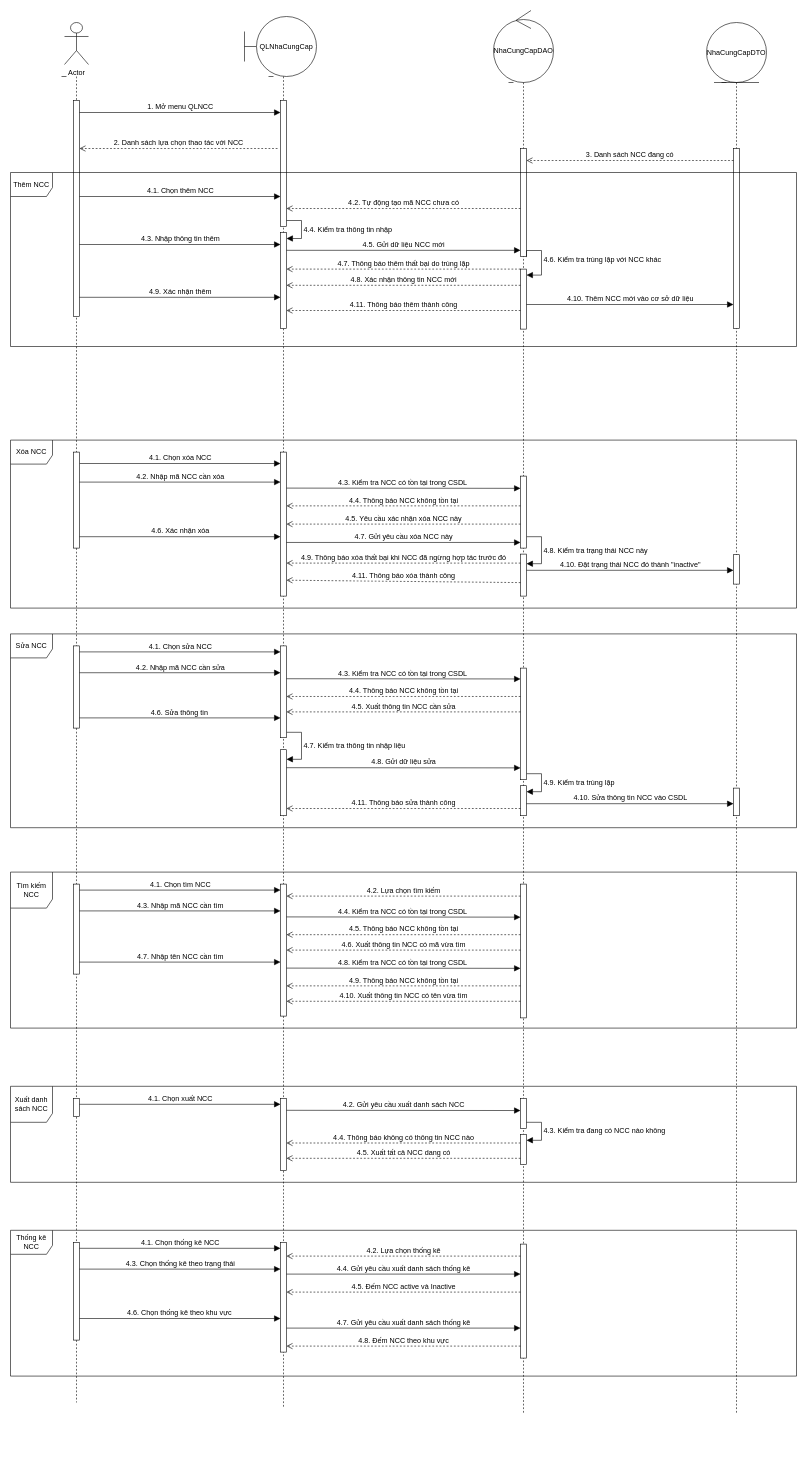
Earlier version of the draw.io diagram docs/Sequence Diagram/Vendor_sequence.drawio (DZT711/QL-CuaHangTienLoi). Source tidied: cells renumbered, new cells numbered last; positions are measured from the earlier drawing's top-left corner, leaving out a move shared by most shapes. Both pictures are drawn from the tidied source at 60%, with x=0, y=0 at pixel (10, 10).
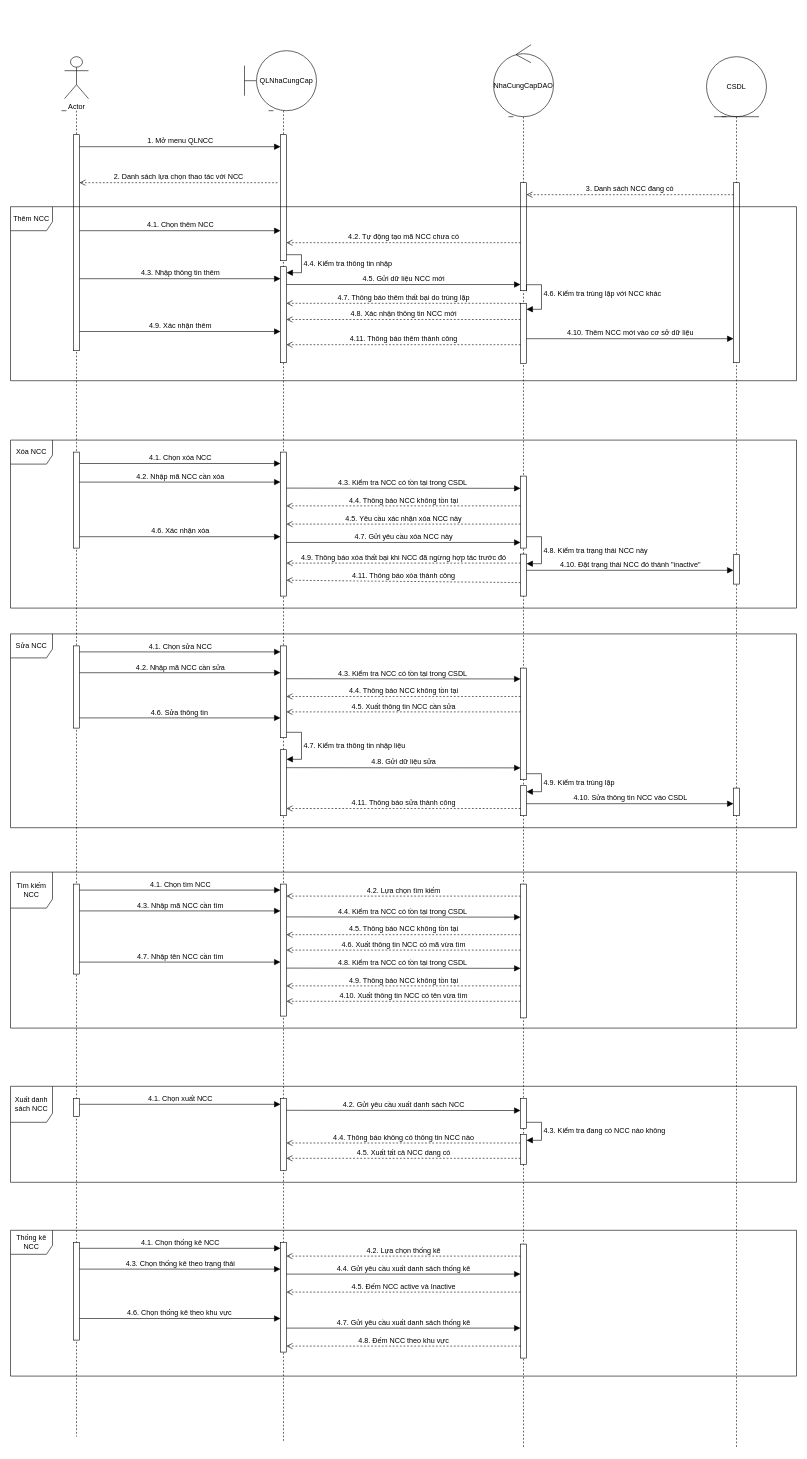
After the change.

The change refers to these unchanged cells:
```xml
<mxCell id="4" style="html=1;points=[[0,0,0,0,5],[0,1,0,0,-5],[1,0,0,0,5],[1,1,0,0,-5]];perimeter=orthogonalPerimeter;outlineConnect=0;targetShapes=umlLifeline;portConstraint=eastwest;newEdgeStyle={&quot;curved&quot;:0,&quot;rounded&quot;:0};" parent="3" vertex="1">
  <mxGeometry x="20" y="40" width="10" height="360" as="geometry" />
</mxCell>
<mxCell id="16" style="html=1;points=[[0,0,0,0,5],[0,1,0,0,-5],[1,0,0,0,5],[1,1,0,0,-5]];perimeter=orthogonalPerimeter;outlineConnect=0;targetShapes=umlLifeline;portConstraint=eastwest;newEdgeStyle={&quot;curved&quot;:0,&quot;rounded&quot;:0};" parent="15" vertex="1">
  <mxGeometry x="20" y="110" width="10" height="180" as="geometry" />
</mxCell>
```

Diff of the diagram source:
```diff
@@
     <mxCell id="2" value="Actor" style="shape=umlActor;verticalLabelPosition=bottom;verticalAlign=top;html=1;" parent="1" vertex="1">
-      <mxGeometry x="90" y="20" width="40" height="70" as="geometry" />
+      <mxGeometry x="90" y="77" width="40" height="70" as="geometry" />
     </mxCell>
     <mxCell id="3" style="shape=umlLifeline;perimeter=lifelinePerimeter;whiteSpace=wrap;html=1;newEdgeStyle={&quot;curved&quot;:0,&quot;rounded&quot;:0};participant=umlBoundary;size=0;" parent="1" vertex="1">
-      <mxGeometry x="85" y="110" width="50" height="2210" as="geometry" />
+      <mxGeometry x="85" y="167" width="50" height="2210" as="geometry" />
     </mxCell>
@@
     <mxCell id="5" value="QLNhaCungCap" style="shape=umlBoundary;whiteSpace=wrap;html=1;" parent="1" vertex="1">
-      <mxGeometry x="390" y="10" width="120" height="100" as="geometry" />
+      <mxGeometry x="390" y="67" width="120" height="100" as="geometry" />
     </mxCell>
-    <mxCell id="6" value="NhaCungCapDTO" style="ellipse;shape=umlEntity;whiteSpace=wrap;html=1;" parent="1" vertex="1">
-      <mxGeometry x="1160" y="20" width="100" height="100" as="geometry" />
+    <mxCell id="6" value="CSDL" style="ellipse;shape=umlEntity;whiteSpace=wrap;html=1;" parent="1" vertex="1">
+      <mxGeometry x="1160" y="77" width="100" height="100" as="geometry" />
     </mxCell>
     <mxCell id="7" value="NhaCungCapDAO" style="ellipse;shape=umlControl;whiteSpace=wrap;html=1;" parent="1" vertex="1">
-      <mxGeometry x="805" width="100" height="120" as="geometry" />
+      <mxGeometry x="805" y="57" width="100" height="120" as="geometry" />
     </mxCell>
     <mxCell id="8" style="shape=umlLifeline;perimeter=lifelinePerimeter;whiteSpace=wrap;html=1;newEdgeStyle={&quot;curved&quot;:0,&quot;rounded&quot;:0};participant=umlBoundary;size=0;" parent="1" vertex="1">
-      <mxGeometry x="430" y="110" width="50" height="2220" as="geometry" />
+      <mxGeometry x="430" y="167" width="50" height="2220" as="geometry" />
     </mxCell>
@@
     <mxCell id="12" style="html=1;perimeter=orthogonalPerimeter;targetShapes=umlLifeline;newEdgeStyle={&quot;curved&quot;:0,&quot;rounded&quot;:0};" parent="8" vertex="1">
-      <mxGeometry x="20" y="626" width="10" height="240" as="geometry" />
+      <mxGeometry x="20" y="569" width="10" height="240" as="geometry" />
     </mxCell>
     <mxCell id="13" value="4.7. Kiểm tra thông tin nhập liệu" style="html=1;align=left;spacingLeft=2;endArrow=block;rounded=0;edgeStyle=orthogonalEdgeStyle;curved=0;rounded=0;fontSize=12;startSize=8;endSize=8;" parent="8" edge="1" target="14">
       <mxGeometry relative="1" as="geometry">
-        <mxPoint x="30" y="1093" as="sourcePoint" />
+        <mxPoint x="30" y="1036" as="sourcePoint" />
         <Array as="points">
-          <mxPoint x="55" y="1093" />
-          <mxPoint x="55" y="1138" />
+          <mxPoint x="55" y="1036" />
+          <mxPoint x="55" y="1081" />
         </Array>
       </mxGeometry>
     </mxCell>
     <mxCell id="14" style="html=1;points=[[0,0,0,0,5],[0,1,0,0,-5],[1,0,0,0,5],[1,1,0,0,-5]];perimeter=orthogonalPerimeter;outlineConnect=0;targetShapes=umlLifeline;portConstraint=eastwest;newEdgeStyle={&quot;curved&quot;:0,&quot;rounded&quot;:0};" parent="8" vertex="1">
-      <mxGeometry x="20" y="1122" width="10" height="110" as="geometry" />
+      <mxGeometry x="20" y="1065" width="10" height="110" as="geometry" />
     </mxCell>
     <mxCell id="15" style="shape=umlLifeline;perimeter=lifelinePerimeter;whiteSpace=wrap;html=1;newEdgeStyle={&quot;curved&quot;:0,&quot;rounded&quot;:0};participant=umlBoundary;size=0;" parent="1" vertex="1">
-      <mxGeometry x="830" y="120" width="50" height="2220" as="geometry" />
+      <mxGeometry x="830" y="177" width="50" height="2220" as="geometry" />
     </mxCell>
@@
     <mxCell id="17" style="html=1;points=[[0,0,0,0,5],[0,1,0,0,-5],[1,0,0,0,5],[1,1,0,0,-5]];perimeter=orthogonalPerimeter;outlineConnect=0;targetShapes=umlLifeline;portConstraint=eastwest;newEdgeStyle={&quot;curved&quot;:0,&quot;rounded&quot;:0};" parent="15" vertex="1">
-      <mxGeometry x="20" y="786" width="10" height="70" as="geometry" />
+      <mxGeometry x="20" y="729" width="10" height="70" as="geometry" />
     </mxCell>
     <mxCell id="18" value="4.8. Kiểm tra trạng thái NCC này" style="html=1;align=left;spacingLeft=2;endArrow=block;rounded=0;edgeStyle=orthogonalEdgeStyle;curved=0;rounded=0;fontSize=12;startSize=8;endSize=8;" parent="15" edge="1" target="17">
       <mxGeometry relative="1" as="geometry">
-        <mxPoint x="30" y="757" as="sourcePoint" />
+        <mxPoint x="30" y="700" as="sourcePoint" />
         <Array as="points">
-          <mxPoint x="55" y="757" />
-          <mxPoint x="55" y="802" />
+          <mxPoint x="55" y="700" />
+          <mxPoint x="55" y="745" />
         </Array>
       </mxGeometry>
     </mxCell>
     <mxCell id="19" value="4.9. Kiểm tra trùng lặp&amp;nbsp;" style="html=1;align=left;spacingLeft=2;endArrow=block;rounded=0;edgeStyle=orthogonalEdgeStyle;curved=0;rounded=0;fontSize=12;startSize=8;endSize=8;" parent="15" edge="1" target="20">
       <mxGeometry relative="1" as="geometry">
-        <mxPoint x="30" y="1152" as="sourcePoint" />
+        <mxPoint x="30" y="1095" as="sourcePoint" />
         <Array as="points">
-          <mxPoint x="55" y="1182" />
+          <mxPoint x="55" y="1125" />
         </Array>
       </mxGeometry>
     </mxCell>
     <mxCell id="20" style="html=1;points=[[0,0,0,0,5],[0,1,0,0,-5],[1,0,0,0,5],[1,1,0,0,-5]];perimeter=orthogonalPerimeter;outlineConnect=0;targetShapes=umlLifeline;portConstraint=eastwest;newEdgeStyle={&quot;curved&quot;:0,&quot;rounded&quot;:0};" parent="15" vertex="1">
-      <mxGeometry x="20" y="1172" width="10" height="50" as="geometry" />
+      <mxGeometry x="20" y="1115" width="10" height="50" as="geometry" />
     </mxCell>
     <mxCell id="21" style="shape=umlLifeline;perimeter=lifelinePerimeter;whiteSpace=wrap;html=1;newEdgeStyle={&quot;curved&quot;:0,&quot;rounded&quot;:0};participant=umlBoundary;size=0;" parent="1" vertex="1">
-      <mxGeometry x="1185" y="120" width="50" height="2220" as="geometry" />
+      <mxGeometry x="1185" y="177" width="50" height="2220" as="geometry" />
     </mxCell>
@@
     <mxCell id="23" value="1. Mở menu QLNCC" style="html=1;verticalAlign=bottom;endArrow=block;curved=0;rounded=0;fontSize=12;startSize=8;endSize=8;" parent="1" edge="1">
       <mxGeometry relative="1" as="geometry">
-        <mxPoint x="115" y="170" as="sourcePoint" />
-        <mxPoint x="450" y="170" as="targetPoint" />
+        <mxPoint x="115" y="227" as="sourcePoint" />
+        <mxPoint x="450" y="227" as="targetPoint" />
       </mxGeometry>
     </mxCell>
     <mxCell id="24" value="2. Danh sách lựa chọn thao tác với NCC" style="html=1;verticalAlign=bottom;endArrow=open;dashed=1;endSize=8;curved=0;rounded=0;fontSize=12;" parent="1" edge="1" target="4">
       <mxGeometry relative="1" as="geometry">
-        <mxPoint x="445" y="230" as="sourcePoint" />
+        <mxPoint x="445" y="287" as="sourcePoint" />
       </mxGeometry>
     </mxCell>
     <mxCell id="25" value="4.1. Chọn thêm NCC" style="html=1;verticalAlign=bottom;endArrow=block;curved=0;rounded=0;fontSize=12;startSize=8;endSize=8;" parent="1" edge="1" source="4">
       <mxGeometry relative="1" as="geometry">
-        <mxPoint x="450" y="310" as="targetPoint" />
+        <mxPoint x="450" y="367" as="targetPoint" />
       </mxGeometry>
     </mxCell>
     <mxCell id="26" value="Thêm NCC" style="shape=umlFrame;whiteSpace=wrap;html=1;width=70;height=40;" parent="1" vertex="1">
-      <mxGeometry y="270" width="1310" height="290" as="geometry" />
+      <mxGeometry y="327" width="1310" height="290" as="geometry" />
     </mxCell>
     <mxCell id="27" value="3. Danh sách NCC đang có" style="html=1;verticalAlign=bottom;endArrow=open;dashed=1;endSize=8;curved=0;rounded=0;fontSize=12;" parent="1" edge="1">
       <mxGeometry relative="1" as="geometry">
-        <mxPoint x="1205" y="250" as="sourcePoint" />
-        <mxPoint x="860" y="250" as="targetPoint" />
+        <mxPoint x="1205" y="307" as="sourcePoint" />
+        <mxPoint x="860" y="307" as="targetPoint" />
       </mxGeometry>
     </mxCell>
     <mxCell id="28" value="4.2. Tự động tạo mã NCC chưa có" style="html=1;verticalAlign=bottom;endArrow=open;dashed=1;endSize=8;curved=0;rounded=0;fontSize=12;" parent="1" edge="1">
       <mxGeometry relative="1" as="geometry">
-        <mxPoint x="850" y="330" as="sourcePoint" />
-        <mxPoint x="460" y="330" as="targetPoint" />
+        <mxPoint x="850" y="387" as="sourcePoint" />
+        <mxPoint x="460" y="387" as="targetPoint" />
       </mxGeometry>
     </mxCell>
     <mxCell id="29" value="4.9. Xác nhận thêm" style="html=1;verticalAlign=bottom;endArrow=block;curved=0;rounded=0;fontSize=12;startSize=8;endSize=8;" parent="1" edge="1">
       <mxGeometry relative="1" as="geometry">
-        <mxPoint x="115" y="478" as="sourcePoint" />
-        <mxPoint x="450" y="478" as="targetPoint" />
+        <mxPoint x="115" y="535" as="sourcePoint" />
+        <mxPoint x="450" y="535" as="targetPoint" />
       </mxGeometry>
     </mxCell>
     <mxCell id="30" value="4.5. Gửi dữ liệu NCC mới" style="html=1;verticalAlign=bottom;endArrow=block;curved=0;rounded=0;fontSize=12;startSize=8;endSize=8;" parent="1" edge="1" target="16">
       <mxGeometry relative="1" as="geometry">
-        <mxPoint x="460" y="399.7" as="sourcePoint" />
+        <mxPoint x="460" y="456.7" as="sourcePoint" />
       </mxGeometry>
     </mxCell>
     <mxCell id="31" value="4.6. Kiểm tra trùng lặp với NCC khác" style="html=1;align=left;spacingLeft=2;endArrow=block;rounded=0;edgeStyle=orthogonalEdgeStyle;curved=0;rounded=0;fontSize=12;startSize=8;endSize=8;" parent="1" edge="1" target="32">
       <mxGeometry relative="1" as="geometry">
-        <mxPoint x="860" y="411" as="sourcePoint" />
+        <mxPoint x="860" y="468" as="sourcePoint" />
         <Array as="points">
-          <mxPoint x="860" y="400" />
-          <mxPoint x="885" y="400" />
-          <mxPoint x="885" y="441" />
+          <mxPoint x="860" y="457" />
+          <mxPoint x="885" y="457" />
+          <mxPoint x="885" y="498" />
         </Array>
       </mxGeometry>
     </mxCell>
     <mxCell id="32" style="html=1;points=[[0,0,0,0,5],[0,1,0,0,-5],[1,0,0,0,5],[1,1,0,0,-5]];perimeter=orthogonalPerimeter;outlineConnect=0;targetShapes=umlLifeline;portConstraint=eastwest;newEdgeStyle={&quot;curved&quot;:0,&quot;rounded&quot;:0};" parent="1" vertex="1">
-      <mxGeometry x="850" y="431" width="10" height="100" as="geometry" />
+      <mxGeometry x="850" y="488" width="10" height="100" as="geometry" />
     </mxCell>
     <mxCell id="33" value="4.10. Thêm NCC mới vào cơ sở dữ liệu" style="html=1;verticalAlign=bottom;endArrow=block;curved=0;rounded=0;fontSize=12;startSize=8;endSize=8;" parent="1" edge="1">
       <mxGeometry relative="1" as="geometry">
-        <mxPoint x="860" y="490" as="sourcePoint" />
-        <mxPoint x="1205" y="490" as="targetPoint" />
+        <mxPoint x="860" y="547" as="sourcePoint" />
+        <mxPoint x="1205" y="547" as="targetPoint" />
       </mxGeometry>
     </mxCell>
     <mxCell id="34" value="4.11. Thông báo thêm thành công" style="html=1;verticalAlign=bottom;endArrow=open;dashed=1;endSize=8;curved=0;rounded=0;fontSize=12;" parent="1" edge="1">
       <mxGeometry relative="1" as="geometry">
-        <mxPoint x="850" y="500" as="sourcePoint" />
-        <mxPoint x="460" y="500" as="targetPoint" />
+        <mxPoint x="850" y="557" as="sourcePoint" />
+        <mxPoint x="460" y="557" as="targetPoint" />
       </mxGeometry>
     </mxCell>
@@
     <mxCell id="99" value="4.8. Xác nhận thông tin NCC mới" style="html=1;verticalAlign=bottom;endArrow=open;dashed=1;endSize=8;curved=0;rounded=0;fontSize=12;" parent="1" edge="1">
       <mxGeometry relative="1" as="geometry">
-        <mxPoint x="850" y="458" as="sourcePoint" />
-        <mxPoint x="460" y="458" as="targetPoint" />
+        <mxPoint x="850" y="515" as="sourcePoint" />
+        <mxPoint x="460" y="515" as="targetPoint" />
       </mxGeometry>
     </mxCell>
     <mxCell id="100" value="4.7. Thông báo thêm thất bại do trùng lặp" style="html=1;verticalAlign=bottom;endArrow=open;dashed=1;endSize=8;curved=0;rounded=0;fontSize=12;" parent="1" edge="1">
       <mxGeometry relative="1" as="geometry">
-        <mxPoint x="850" y="431" as="sourcePoint" />
-        <mxPoint x="460" y="431" as="targetPoint" />
+        <mxPoint x="850" y="488" as="sourcePoint" />
+        <mxPoint x="460" y="488" as="targetPoint" />
       </mxGeometry>
     </mxCell>
     <mxCell id="101" value="4.3. Nhập thông tin thêm" style="html=1;verticalAlign=bottom;endArrow=block;curved=0;rounded=0;fontSize=12;startSize=8;endSize=8;" parent="1" edge="1">
       <mxGeometry relative="1" as="geometry">
-        <mxPoint x="115" y="390" as="sourcePoint" />
-        <mxPoint x="450" y="390" as="targetPoint" />
+        <mxPoint x="115" y="447" as="sourcePoint" />
+        <mxPoint x="450" y="447" as="targetPoint" />
       </mxGeometry>
     </mxCell>
```
